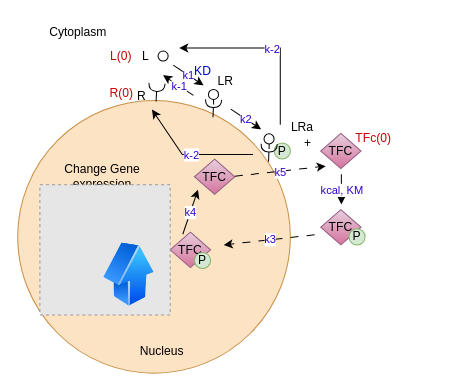
DaniAngelov17/modeling-biosystems keeps this draw.io diagram as Untitled Diagram.drawio. Above is the earlier version. Source tidied: cells renumbered, new cells numbered last; positions are measured from the earlier drawing's top-left corner, leaving out a move shared by most shapes. Both pictures are drawn from the tidied source at 101%, with x=0, y=0 at pixel (17, 17). Pictures stored in the file or linked from it are replaced by grey dashed boxes.
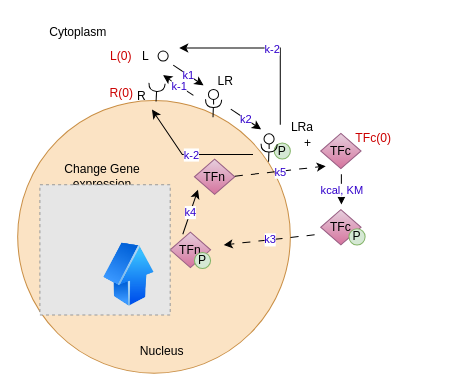
The same page after the edit.

The edit, as a diff of the source:
```diff
@@
-    <mxCell id="19" value="TFC" style="rhombus;whiteSpace=wrap;html=1;fillColor=#e6d0de;gradientColor=#d5739d;strokeColor=#996185;" parent="1" vertex="1">
+    <mxCell id="19" value="TFc" style="rhombus;whiteSpace=wrap;html=1;fillColor=#e6d0de;gradientColor=#d5739d;strokeColor=#996185;" parent="1" vertex="1">
       <mxGeometry x="300" y="114.5" width="40" height="35" as="geometry" />
     </mxCell>
-    <mxCell id="20" value="TFC" style="rhombus;whiteSpace=wrap;html=1;fillColor=#e6d0de;gradientColor=#d5739d;strokeColor=#996185;" parent="1" vertex="1">
+    <mxCell id="20" value="TFc" style="rhombus;whiteSpace=wrap;html=1;fillColor=#e6d0de;gradientColor=#d5739d;strokeColor=#996185;" parent="1" vertex="1">
       <mxGeometry x="300" y="190" width="40" height="35" as="geometry" />
     </mxCell>
@@
-    <mxCell id="23" value="TFC" style="rhombus;whiteSpace=wrap;html=1;fillColor=#e6d0de;gradientColor=#d5739d;strokeColor=#996185;" parent="1" vertex="1">
+    <mxCell id="23" value="TFn" style="rhombus;whiteSpace=wrap;html=1;fillColor=#e6d0de;gradientColor=#d5739d;strokeColor=#996185;" parent="1" vertex="1">
       <mxGeometry x="151" y="212.4" width="40" height="35" as="geometry" />
     </mxCell>
@@
-    <mxCell id="26" value="TFC" style="rhombus;whiteSpace=wrap;html=1;fillColor=#e6d0de;gradientColor=#d5739d;strokeColor=#996185;" parent="1" vertex="1">
+    <mxCell id="26" value="TFn" style="rhombus;whiteSpace=wrap;html=1;fillColor=#e6d0de;gradientColor=#d5739d;strokeColor=#996185;" parent="1" vertex="1">
       <mxGeometry x="175" y="140" width="40" height="35" as="geometry" />
     </mxCell>
@@
-    <mxCell id="29" value="&lt;font color=&quot;#0000cc&quot;&gt;KD&lt;/font&gt;" style="text;html=1;whiteSpace=wrap;strokeColor=none;fillColor=none;align=center;verticalAlign=middle;rounded=0;" parent="1" vertex="1">
-      <mxGeometry x="170.5" y="43" width="25" height="20" as="geometry" />
-    </mxCell>
```
